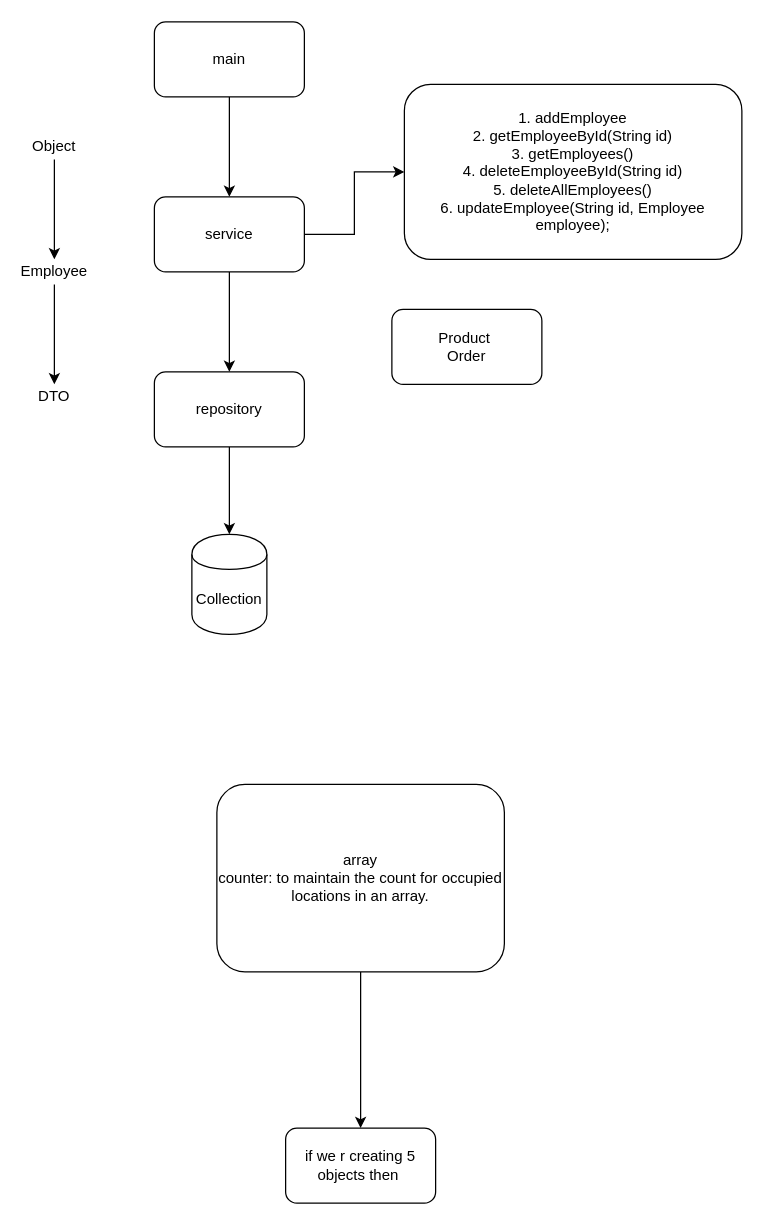
Before: page "Application Flow" (2 of 7) of Untitled Diagram.drawio in abhinandanchivate/landisgyrNotes, a draw.io diagram. Source tidied: cells renumbered, new cells numbered last; positions are measured from the earlier drawing's top-left corner, leaving out a move shared by most shapes. Both pictures are drawn from the tidied source at 125%, with x=0, y=0 at pixel (29, 21).
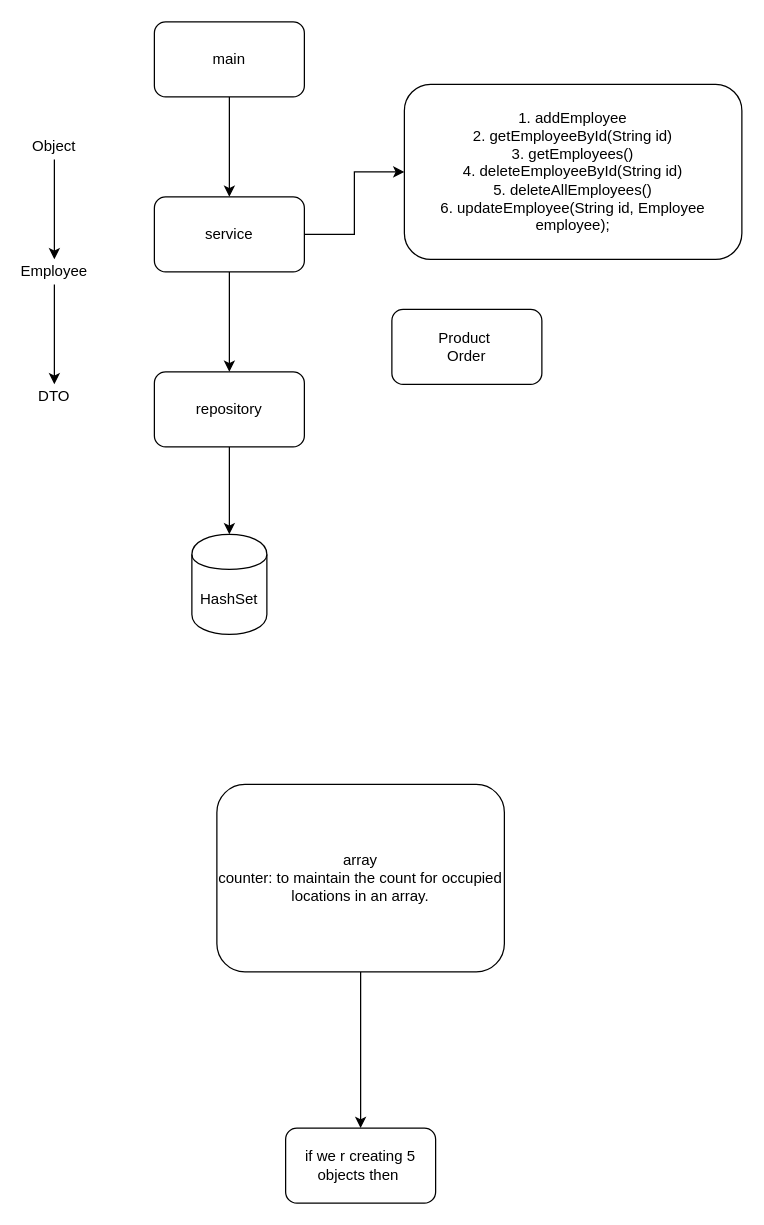
After the change.

The edit, as a diff of the source:
```diff
@@
 <mxGraphModel>
   <root>
     <mxCell id="0" />
     <mxCell id="1" parent="0" />
     <mxCell id="2" style="edgeStyle=orthogonalEdgeStyle;rounded=0;jettySize=auto;html=1;" parent="1" edge="1" source="3" target="6">
       <mxGeometry relative="1" as="geometry" />
     </mxCell>
     <mxCell id="3" value="main" style="rounded=1;whiteSpace=wrap;html=1;" parent="1" vertex="1">
       <mxGeometry x="100" width="120" height="60" as="geometry" />
     </mxCell>
     <mxCell id="4" style="edgeStyle=orthogonalEdgeStyle;rounded=0;jettySize=auto;html=1;" parent="1" edge="1" source="6" target="8">
       <mxGeometry relative="1" as="geometry" />
     </mxCell>
     <mxCell id="5" style="edgeStyle=orthogonalEdgeStyle;rounded=0;jettySize=auto;html=1;entryX=0;entryY=0.5;entryDx=0;entryDy=0;" parent="1" edge="1" source="6" target="15">
       <mxGeometry relative="1" as="geometry" />
     </mxCell>
     <mxCell id="6" value="service" style="rounded=1;whiteSpace=wrap;html=1;" parent="1" vertex="1">
       <mxGeometry x="100" y="140" width="120" height="60" as="geometry" />
     </mxCell>
     <mxCell id="7" style="edgeStyle=orthogonalEdgeStyle;rounded=0;jettySize=auto;html=1;" parent="1" edge="1" source="8" target="9">
       <mxGeometry relative="1" as="geometry" />
     </mxCell>
     <mxCell id="8" value="repository" style="rounded=1;whiteSpace=wrap;html=1;" parent="1" vertex="1">
       <mxGeometry x="100" y="280" width="120" height="60" as="geometry" />
     </mxCell>
-    <mxCell id="9" value="Collection" style="shape=cylinder;whiteSpace=wrap;html=1;boundedLbl=1;backgroundOutline=1;rounded=1;" parent="1" vertex="1">
+    <mxCell id="9" value="HashSet" style="shape=cylinder;whiteSpace=wrap;html=1;boundedLbl=1;backgroundOutline=1;rounded=1;" parent="1" vertex="1">
       <mxGeometry x="130" y="410" width="60" height="80" as="geometry" />
     </mxCell>
     <mxCell id="10" style="edgeStyle=orthogonalEdgeStyle;rounded=0;jettySize=auto;html=1;" parent="1" edge="1" source="11" target="13">
       <mxGeometry relative="1" as="geometry" />
     </mxCell>
     <mxCell id="11" value="Object" style="text;html=1;strokeColor=none;fillColor=none;align=center;verticalAlign=middle;whiteSpace=wrap;rounded=0;" parent="1" vertex="1">
       <mxGeometry y="90" width="40" height="20" as="geometry" />
     </mxCell>
     <mxCell id="12" style="edgeStyle=orthogonalEdgeStyle;rounded=0;jettySize=auto;html=1;" parent="1" edge="1" source="13" target="14">
       <mxGeometry relative="1" as="geometry" />
     </mxCell>
     <mxCell id="13" value="Employee" style="text;html=1;strokeColor=none;fillColor=none;align=center;verticalAlign=middle;whiteSpace=wrap;rounded=0;" parent="1" vertex="1">
       <mxGeometry y="190" width="40" height="20" as="geometry" />
     </mxCell>
     <mxCell id="14" value="DTO" style="text;html=1;strokeColor=none;fillColor=none;align=center;verticalAlign=middle;whiteSpace=wrap;rounded=0;" parent="1" vertex="1">
       <mxGeometry y="290" width="40" height="20" as="geometry" />
     </mxCell>
     <mxCell id="15" value="1. addEmployee&lt;br&gt;2. getEmployeeById(String id)&lt;br&gt;3. getEmployees()&lt;br&gt;4. deleteEmployeeById(String id)&lt;br&gt;5. deleteAllEmployees()&lt;br&gt;6. updateEmployee(String id, Employee employee);" style="rounded=1;whiteSpace=wrap;html=1;" parent="1" vertex="1">
       <mxGeometry x="300" y="50" width="270" height="140" as="geometry" />
     </mxCell>
     <mxCell id="16" value="Product&amp;nbsp;&lt;br&gt;Order" style="rounded=1;whiteSpace=wrap;html=1;" parent="1" vertex="1">
       <mxGeometry x="290" y="230" width="120" height="60" as="geometry" />
     </mxCell>
     <mxCell id="17" style="edgeStyle=orthogonalEdgeStyle;rounded=0;jettySize=auto;html=1;" parent="1" edge="1" source="18" target="19">
       <mxGeometry relative="1" as="geometry" />
     </mxCell>
     <mxCell id="18" value="array&lt;br&gt;counter: to maintain the count for occupied locations in an array." style="rounded=1;whiteSpace=wrap;html=1;" parent="1" vertex="1">
       <mxGeometry x="150" y="610" width="230" height="150" as="geometry" />
     </mxCell>
     <mxCell id="19" value="if we r creating 5 objects then&amp;nbsp;" style="whiteSpace=wrap;html=1;rounded=1;" parent="1" vertex="1">
       <mxGeometry x="205" y="885" width="120" height="60" as="geometry" />
     </mxCell>
   </root>
 </mxGraphModel>
```
